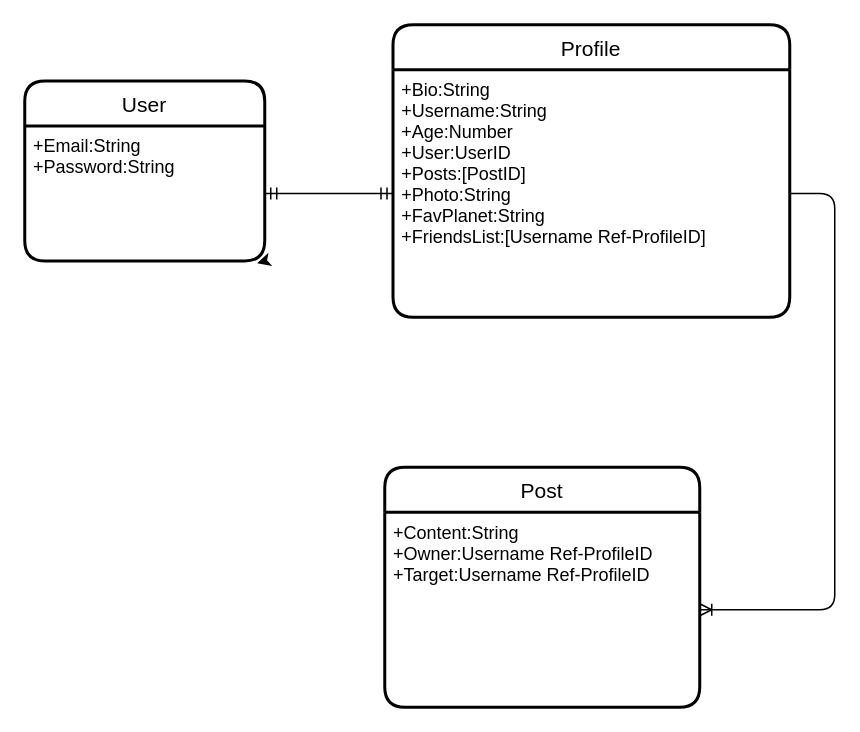
The draw.io diagram wireframes/ERD.drawio in kfacison/spaceBook-P3, before the edit. Source tidied: cells renumbered, new cells numbered last; positions are measured from the earlier drawing's top-left corner, leaving out a move shared by most shapes. Both pictures are drawn from the tidied source at 150%, with x=0, y=0 at pixel (24, 24).
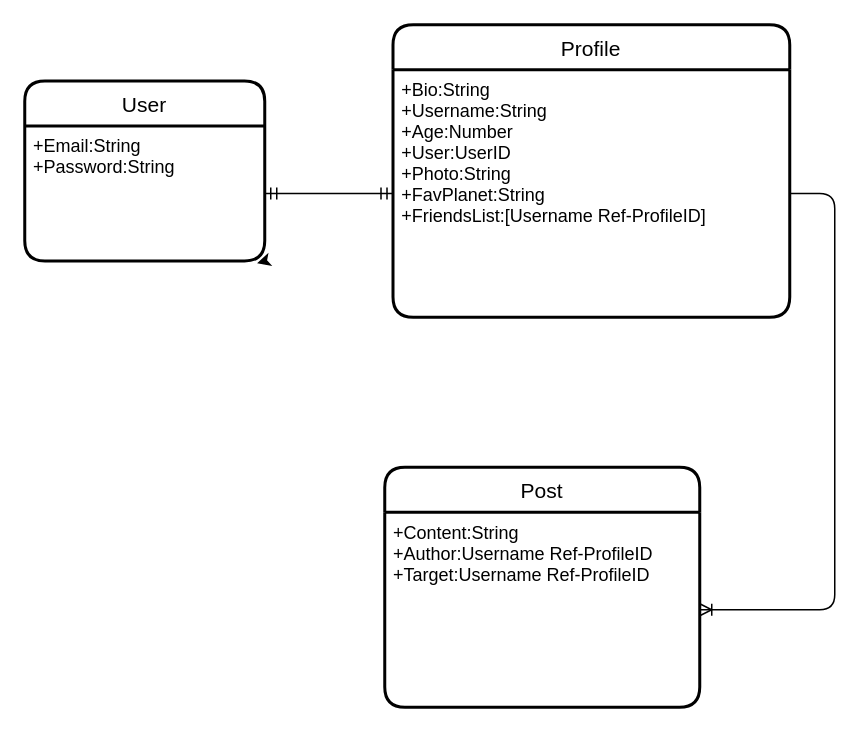
Above is the later version.

Commit message (it also covers changes not shown here):
creates post model and updates ERD diagram

The edit, as a diff of the source:
```diff
@@
 <mxGraphModel>
   <root>
     <mxCell id="0" />
     <mxCell id="1" parent="0" />
     <mxCell id="2" value="User" style="swimlane;horizontal=1;startSize=30;rounded=1;fontSize=14;fontStyle=0;strokeWidth=2;shadow=0;dashed=0;align=center;" parent="1" vertex="1">
       <mxGeometry y="37.5" width="160" height="120" as="geometry" />
     </mxCell>
     <mxCell id="3" value="+Email:String&#10;+Password:String" style="align=left;strokeColor=none;fillColor=none;spacingLeft=4;fontSize=12;verticalAlign=top;" parent="2" vertex="1">
       <mxGeometry y="30" width="160" height="90" as="geometry" />
     </mxCell>
     <mxCell id="4" style="edgeStyle=none;html=1;exitX=1;exitY=1;exitDx=0;exitDy=0;entryX=0.968;entryY=1.016;entryDx=0;entryDy=0;entryPerimeter=0;" parent="2" edge="1" source="3" target="3">
       <mxGeometry relative="1" as="geometry" />
     </mxCell>
     <mxCell id="5" style="edgeStyle=entityRelationEdgeStyle;fontSize=12;html=1;endArrow=ERmandOne;startArrow=ERmandOne;" parent="1" edge="1" source="3" target="8">
       <mxGeometry relative="1" as="geometry" />
     </mxCell>
     <mxCell id="6" style="edgeStyle=entityRelationEdgeStyle;fontSize=12;html=1;endArrow=ERoneToMany;entryX=1;entryY=0.5;entryDx=0;entryDy=0;" parent="1" edge="1" source="8" target="10">
       <mxGeometry relative="1" as="geometry" />
     </mxCell>
     <mxCell id="7" value="Profile" style="swimlane;horizontal=1;startSize=30;rounded=1;fontSize=14;fontStyle=0;strokeWidth=2;shadow=0;dashed=0;align=center;" parent="1" vertex="1">
       <mxGeometry x="245.5" width="264.5" height="195" as="geometry" />
     </mxCell>
-    <mxCell id="8" value="+Bio:String&#10;+Username:String&#10;+Age:Number&#10;+User:UserID&#10;+Posts:[PostID]&#10;+Photo:String&#10;+FavPlanet:String&#10;+FriendsList:[Username Ref-ProfileID]" style="align=left;strokeColor=none;fillColor=none;spacingLeft=4;fontSize=12;verticalAlign=top;" parent="7" vertex="1">
+    <mxCell id="8" value="+Bio:String&#10;+Username:String&#10;+Age:Number&#10;+User:UserID&#10;+Photo:String&#10;+FavPlanet:String&#10;+FriendsList:[Username Ref-ProfileID]" style="align=left;strokeColor=none;fillColor=none;spacingLeft=4;fontSize=12;verticalAlign=top;" parent="7" vertex="1">
       <mxGeometry y="30" width="264.5" height="165" as="geometry" />
     </mxCell>
     <mxCell id="9" value="Post" style="swimlane;horizontal=1;startSize=30;rounded=1;fontSize=14;fontStyle=0;strokeWidth=2;shadow=0;dashed=0;align=center;" parent="1" vertex="1">
       <mxGeometry x="240" y="295" width="210" height="160" as="geometry" />
     </mxCell>
-    <mxCell id="10" value="+Content:String&#10;+Owner:Username Ref-ProfileID&#10;+Target:Username Ref-ProfileID" style="align=left;strokeColor=none;fillColor=none;spacingLeft=4;fontSize=12;verticalAlign=top;" parent="9" vertex="1">
+    <mxCell id="10" value="+Content:String&#10;+Author:Username Ref-ProfileID&#10;+Target:Username Ref-ProfileID" style="align=left;strokeColor=none;fillColor=none;spacingLeft=4;fontSize=12;verticalAlign=top;" parent="9" vertex="1">
       <mxGeometry y="30" width="210" height="130" as="geometry" />
     </mxCell>
   </root>
 </mxGraphModel>
```
